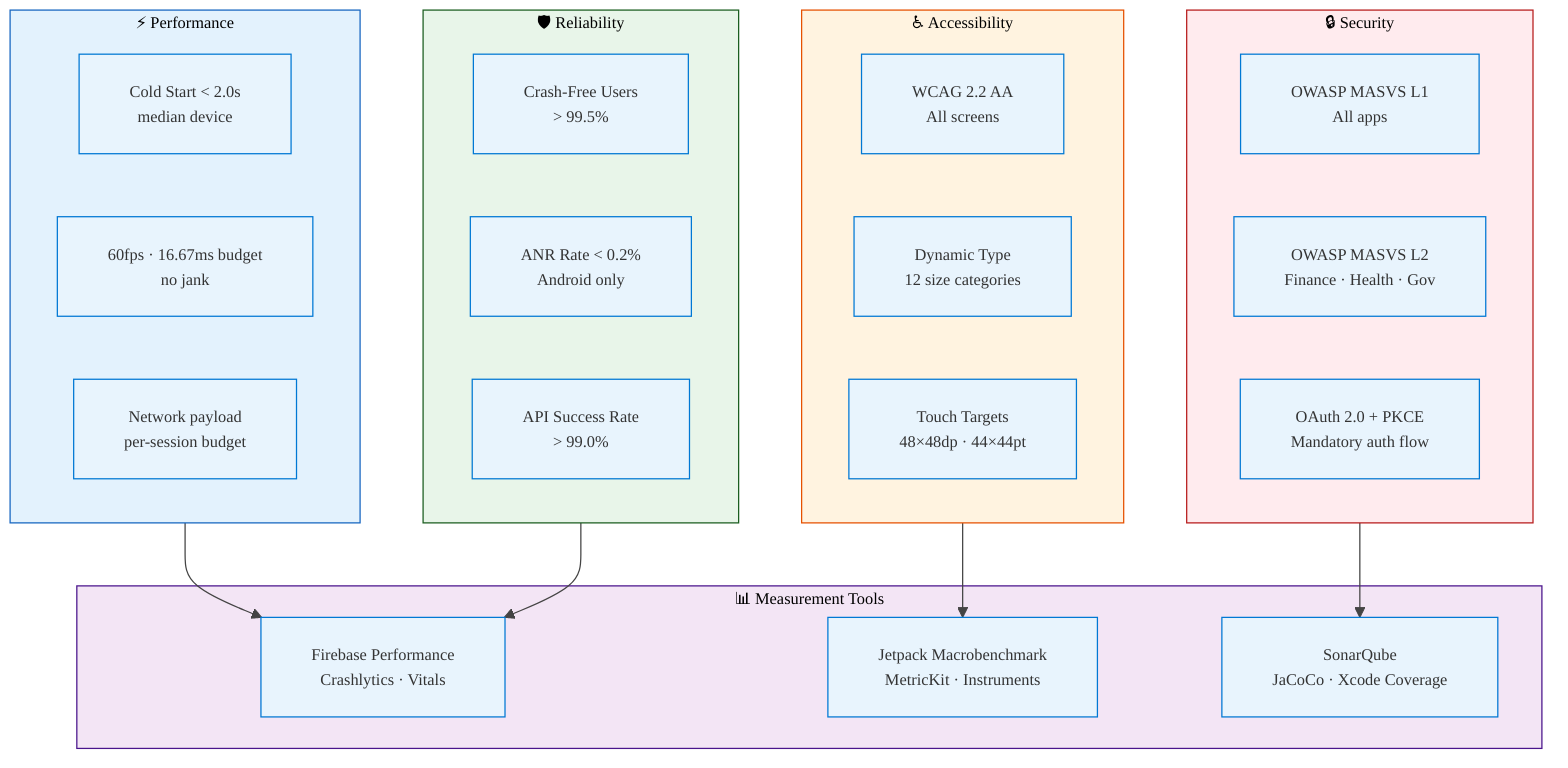
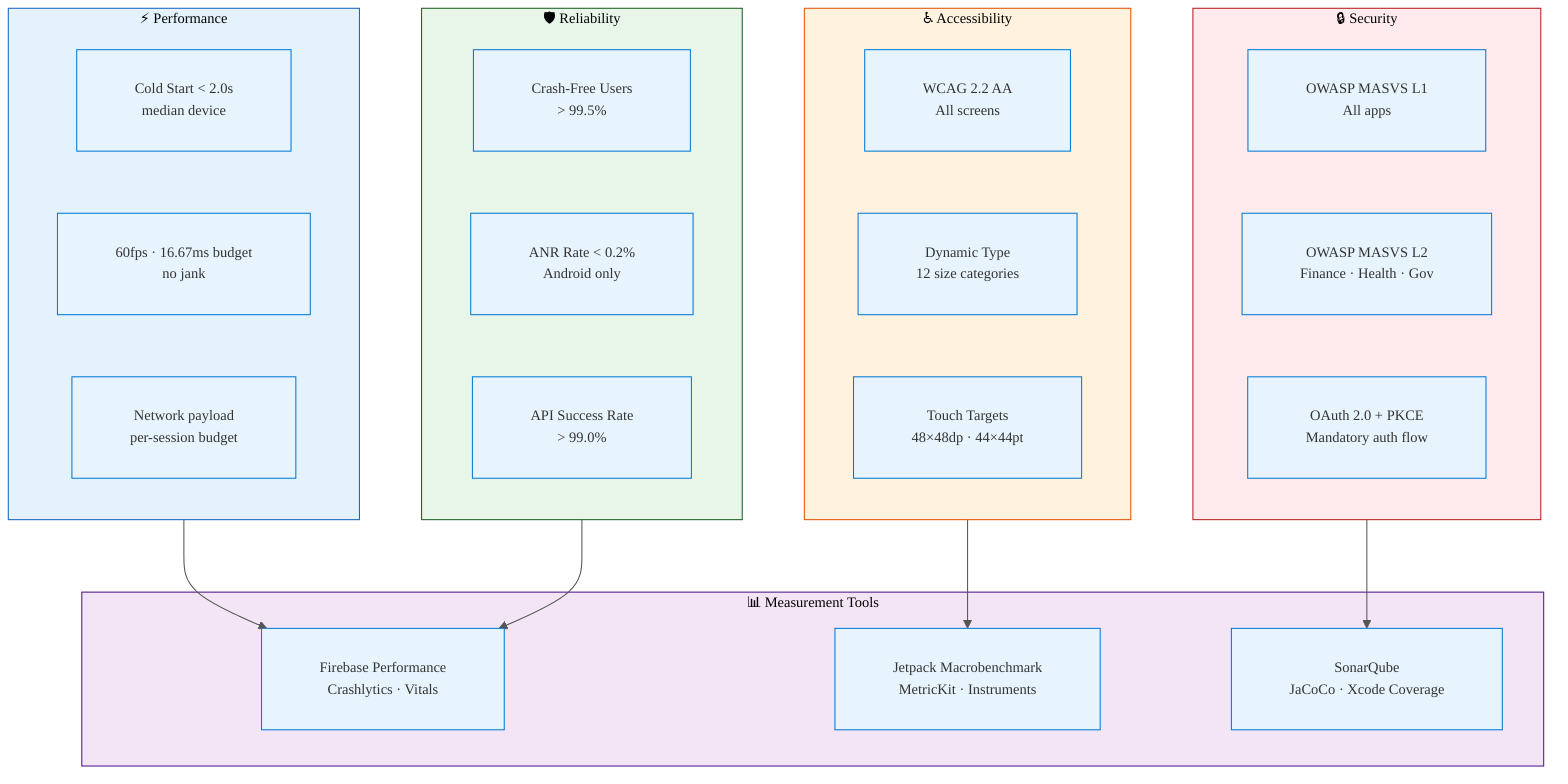
- %%{init:{'theme':'base','themeVariables':{'primaryColor':'#E8F4FD','primaryBorderColor':'#0078D4','lineColor':'#444444','fontFamily':'IBM Plex Sans','fontSize':'13px'},'flowchart':{'curve':'orthogonal','padding':20}}}%%
+ %%{init:{'theme':'base','themeVariables':{'fontSize':'14px','fontFamily':'IBM Plex Sans','primaryColor':'#E8F4FD','primaryBorderColor':'#0078D4','lineColor':'#555555','clusterBkg':'#F8F9FA','clusterBorder':'#CED4DA'},'flowchart':{'curve':'orthogonal','padding':28,'nodeSpacing':60,'rankSpacing':70,'useMaxWidth':true}}}%%
flowchart TD
    subgraph Perf["⚡ Performance"]
        CS["Cold Start < 2.0s
median device"]
        FPS["60fps · 16.67ms budget
no jank"]
        NET["Network payload
per-session budget"]
    end
    subgraph Rel["🛡 Reliability"]
        CFU["Crash-Free Users
> 99.5%"]
        ANR["ANR Rate < 0.2%
Android only"]
        API["API Success Rate
> 99.0%"]
    end
    subgraph Sec["🔒 Security"]
        MASVS["OWASP MASVS L1
All apps"]
        MASVS2["OWASP MASVS L2
Finance · Health · Gov"]
        PKCE["OAuth 2.0 + PKCE
Mandatory auth flow"]
    end
    subgraph Acc["♿ Accessibility"]
        WCAG["WCAG 2.2 AA
All screens"]
        DT["Dynamic Type
12 size categories"]
        TT["Touch Targets
48×48dp · 44×44pt"]
    end
    subgraph Tools["📊 Measurement Tools"]
        FBP["Firebase Performance
Crashlytics · Vitals"]
        XCI["Jetpack Macrobenchmark
MetricKit · Instruments"]
        SOQ["SonarQube
JaCoCo · Xcode Coverage"]
    end
    Perf --> FBP
    Rel --> FBP
    Sec --> SOQ
    Acc --> XCI
    style Perf fill:#E3F2FD,stroke:#1565C0
    style Rel fill:#E8F5E9,stroke:#1B5E20
    style Sec fill:#FFEBEE,stroke:#B71C1C
    style Acc fill:#FFF3E0,stroke:#E65100
    style Tools fill:#F3E5F5,stroke:#4A148C
